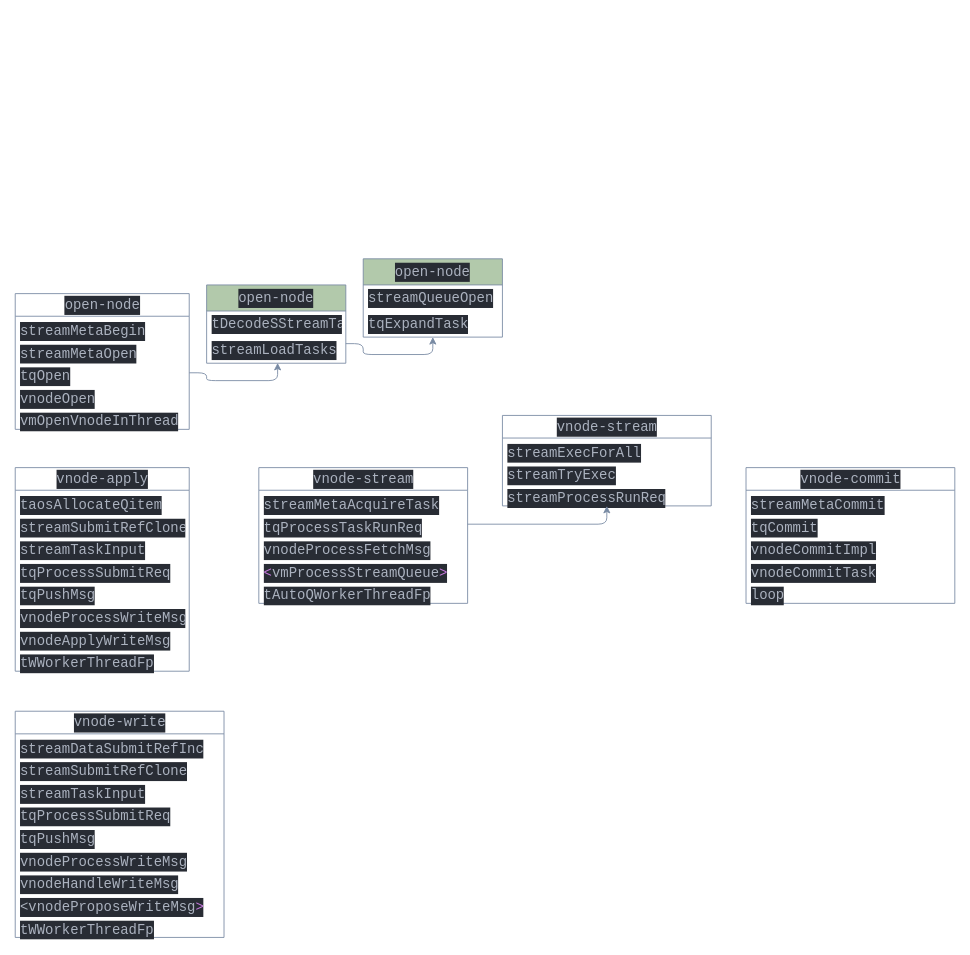
iTheds/draft_diagrams keeps this draw.io diagram as TDengine_stream_init.drawio. Above is the earlier version. Source tidied: cells renumbered, new cells numbered last; positions are measured from the earlier drawing's top-left corner, leaving out a move shared by most shapes. Both pictures are drawn from the tidied source at 87%, with x=0, y=0 at pixel (15, 258).
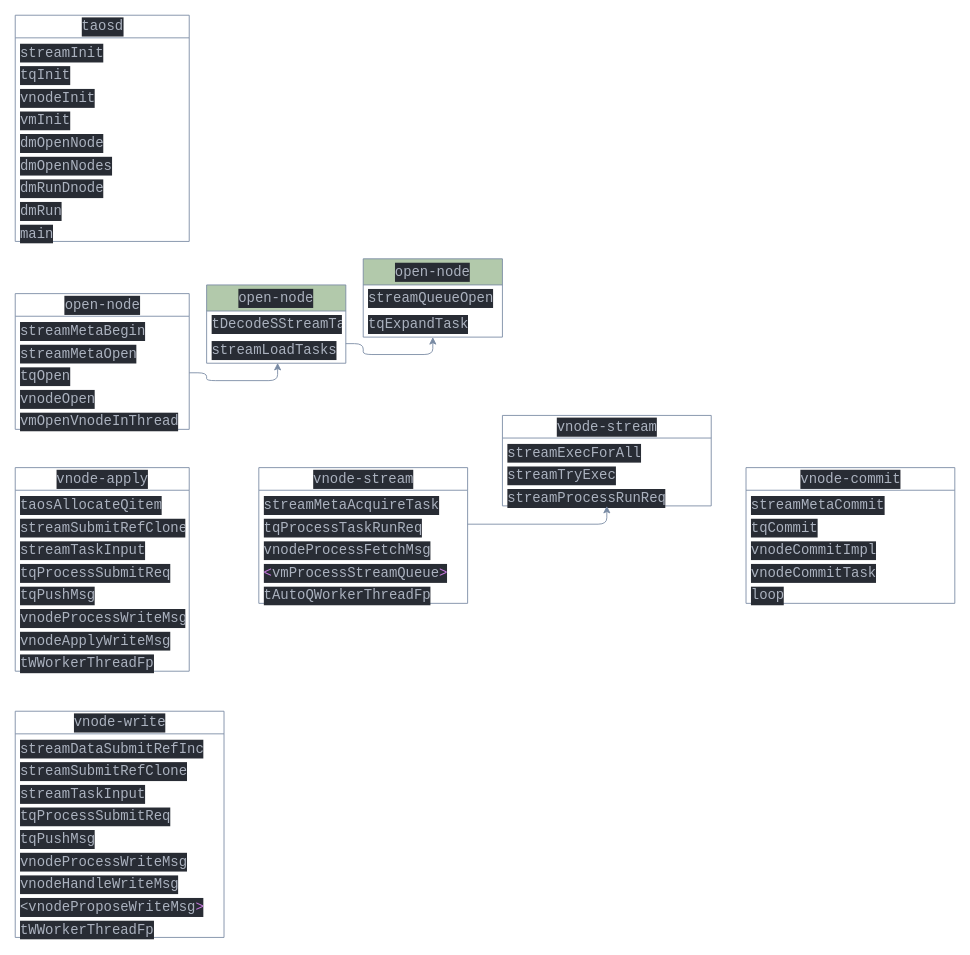
The same diagram, later.

Diff of the diagram source:
```diff
@@
+    <mxCell id="52" value="&lt;div style=&quot;color: rgb(171, 178, 191); background-color: rgb(40, 44, 52); font-family: &amp;quot;Cascadia Code&amp;quot;, &amp;quot;Cascadia Code&amp;quot;, monospace, &amp;quot;Droid Sans Mono&amp;quot;, &amp;quot;monospace&amp;quot;, monospace; font-weight: normal; font-size: 16px; line-height: 22px;&quot;&gt;&lt;div&gt;taosd&lt;/div&gt;&lt;/div&gt;" style="swimlane;fontStyle=0;horizontal=1;startSize=26;fillColor=none;html=1;labelBackgroundColor=none;strokeColor=#788AA3;fontColor=#46495D;" parent="1" vertex="1">
+      <mxGeometry y="-280" width="200" height="260" as="geometry" />
+    </mxCell>
+    <mxCell id="53" value="&lt;div style=&quot;color: rgb(171, 178, 191); background-color: rgb(40, 44, 52); font-family: &amp;quot;Cascadia Code&amp;quot;, &amp;quot;Cascadia Code&amp;quot;, monospace, &amp;quot;Droid Sans Mono&amp;quot;, &amp;quot;monospace&amp;quot;, monospace; font-weight: normal; font-size: 16px; line-height: 22px;&quot;&gt;&lt;div&gt;streamInit&lt;/div&gt;&lt;/div&gt;" style="text;strokeColor=none;fillColor=none;align=left;verticalAlign=top;spacingLeft=4;spacingRight=4;overflow=hidden;whiteSpace=wrap;html=1;labelBackgroundColor=none;fontColor=#46495D;" parent="52" vertex="1">
+      <mxGeometry y="26" width="200" height="26" as="geometry" />
+    </mxCell>
+    <mxCell id="54" value="&lt;div style=&quot;color: rgb(171, 178, 191); background-color: rgb(40, 44, 52); font-family: &amp;quot;Cascadia Code&amp;quot;, &amp;quot;Cascadia Code&amp;quot;, monospace, &amp;quot;Droid Sans Mono&amp;quot;, &amp;quot;monospace&amp;quot;, monospace; font-weight: normal; font-size: 16px; line-height: 22px;&quot;&gt;&lt;div&gt;tqInit&lt;/div&gt;&lt;/div&gt;" style="text;strokeColor=none;fillColor=none;align=left;verticalAlign=top;spacingLeft=4;spacingRight=4;overflow=hidden;whiteSpace=wrap;html=1;labelBackgroundColor=none;fontColor=#46495D;" parent="52" vertex="1">
+      <mxGeometry y="52" width="200" height="26" as="geometry" />
+    </mxCell>
+    <mxCell id="55" value="&lt;div style=&quot;color: rgb(171, 178, 191); background-color: rgb(40, 44, 52); font-family: &amp;quot;Cascadia Code&amp;quot;, &amp;quot;Cascadia Code&amp;quot;, monospace, &amp;quot;Droid Sans Mono&amp;quot;, &amp;quot;monospace&amp;quot;, monospace; font-weight: normal; font-size: 16px; line-height: 22px;&quot;&gt;&lt;div&gt;vnodeInit&lt;/div&gt;&lt;/div&gt;" style="text;strokeColor=none;fillColor=none;align=left;verticalAlign=top;spacingLeft=4;spacingRight=4;overflow=hidden;whiteSpace=wrap;html=1;labelBackgroundColor=none;fontColor=#46495D;" parent="52" vertex="1">
+      <mxGeometry y="78" width="200" height="26" as="geometry" />
+    </mxCell>
+    <mxCell id="56" value="&lt;div style=&quot;color: rgb(171, 178, 191); background-color: rgb(40, 44, 52); font-family: &amp;quot;Cascadia Code&amp;quot;, &amp;quot;Cascadia Code&amp;quot;, monospace, &amp;quot;Droid Sans Mono&amp;quot;, &amp;quot;monospace&amp;quot;, monospace; font-weight: normal; font-size: 16px; line-height: 22px;&quot;&gt;&lt;div&gt;vmInit&lt;/div&gt;&lt;/div&gt;" style="text;strokeColor=none;fillColor=none;align=left;verticalAlign=top;spacingLeft=4;spacingRight=4;overflow=hidden;whiteSpace=wrap;html=1;labelBackgroundColor=none;fontColor=#46495D;" parent="52" vertex="1">
+      <mxGeometry y="104" width="200" height="26" as="geometry" />
+    </mxCell>
+    <mxCell id="57" value="&lt;div style=&quot;color: rgb(171, 178, 191); background-color: rgb(40, 44, 52); font-family: &amp;quot;Cascadia Code&amp;quot;, &amp;quot;Cascadia Code&amp;quot;, monospace, &amp;quot;Droid Sans Mono&amp;quot;, &amp;quot;monospace&amp;quot;, monospace; font-weight: normal; font-size: 16px; line-height: 22px;&quot;&gt;&lt;div&gt;dmOpenNode&lt;/div&gt;&lt;/div&gt;" style="text;strokeColor=none;fillColor=none;align=left;verticalAlign=top;spacingLeft=4;spacingRight=4;overflow=hidden;whiteSpace=wrap;html=1;labelBackgroundColor=none;fontColor=#46495D;" parent="52" vertex="1">
+      <mxGeometry y="130" width="200" height="26" as="geometry" />
+    </mxCell>
+    <mxCell id="58" value="&lt;div style=&quot;color: rgb(171, 178, 191); background-color: rgb(40, 44, 52); font-family: &amp;quot;Cascadia Code&amp;quot;, &amp;quot;Cascadia Code&amp;quot;, monospace, &amp;quot;Droid Sans Mono&amp;quot;, &amp;quot;monospace&amp;quot;, monospace; font-weight: normal; font-size: 16px; line-height: 22px;&quot;&gt;&lt;div&gt;dmOpenNodes&lt;/div&gt;&lt;/div&gt;" style="text;strokeColor=none;fillColor=none;align=left;verticalAlign=top;spacingLeft=4;spacingRight=4;overflow=hidden;whiteSpace=wrap;html=1;labelBackgroundColor=none;fontColor=#46495D;" parent="52" vertex="1">
+      <mxGeometry y="156" width="200" height="26" as="geometry" />
+    </mxCell>
+    <mxCell id="59" value="&lt;div style=&quot;color: rgb(171, 178, 191); background-color: rgb(40, 44, 52); font-family: &amp;quot;Cascadia Code&amp;quot;, &amp;quot;Cascadia Code&amp;quot;, monospace, &amp;quot;Droid Sans Mono&amp;quot;, &amp;quot;monospace&amp;quot;, monospace; font-weight: normal; font-size: 16px; line-height: 22px;&quot;&gt;&lt;div&gt;dmRunDnode&lt;/div&gt;&lt;/div&gt;" style="text;strokeColor=none;fillColor=none;align=left;verticalAlign=top;spacingLeft=4;spacingRight=4;overflow=hidden;whiteSpace=wrap;html=1;labelBackgroundColor=none;fontColor=#46495D;" parent="52" vertex="1">
+      <mxGeometry y="182" width="200" height="26" as="geometry" />
+    </mxCell>
+    <mxCell id="60" value="&lt;div style=&quot;color: rgb(171, 178, 191); background-color: rgb(40, 44, 52); font-family: &amp;quot;Cascadia Code&amp;quot;, &amp;quot;Cascadia Code&amp;quot;, monospace, &amp;quot;Droid Sans Mono&amp;quot;, &amp;quot;monospace&amp;quot;, monospace; font-weight: normal; font-size: 16px; line-height: 22px;&quot;&gt;&lt;div&gt;dmRun&lt;/div&gt;&lt;/div&gt;" style="text;strokeColor=none;fillColor=none;align=left;verticalAlign=top;spacingLeft=4;spacingRight=4;overflow=hidden;whiteSpace=wrap;html=1;labelBackgroundColor=none;fontColor=#46495D;" parent="52" vertex="1">
+      <mxGeometry y="208" width="200" height="26" as="geometry" />
+    </mxCell>
+    <mxCell id="61" value="&lt;div style=&quot;color: rgb(171, 178, 191); background-color: rgb(40, 44, 52); font-family: &amp;quot;Cascadia Code&amp;quot;, &amp;quot;Cascadia Code&amp;quot;, monospace, &amp;quot;Droid Sans Mono&amp;quot;, &amp;quot;monospace&amp;quot;, monospace; font-weight: normal; font-size: 16px; line-height: 22px;&quot;&gt;&lt;div&gt;main&lt;/div&gt;&lt;/div&gt;" style="text;strokeColor=none;fillColor=none;align=left;verticalAlign=top;spacingLeft=4;spacingRight=4;overflow=hidden;whiteSpace=wrap;html=1;labelBackgroundColor=none;fontColor=#46495D;" parent="52" vertex="1">
+      <mxGeometry y="234" width="200" height="26" as="geometry" />
+    </mxCell>
```
